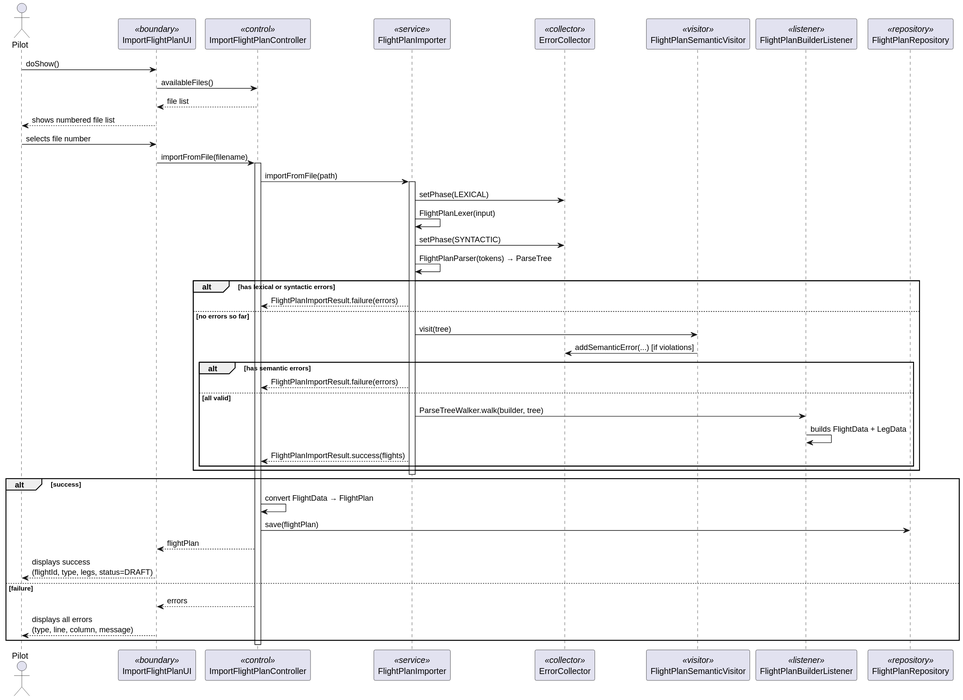
Above: docs/Sprint 3/EAPLI/US081/svg/US081-sequence-diagram.svg in DuartePinto1240/sem4pi2526-sem4pi2526_2da2 (PlantUML), before the change.
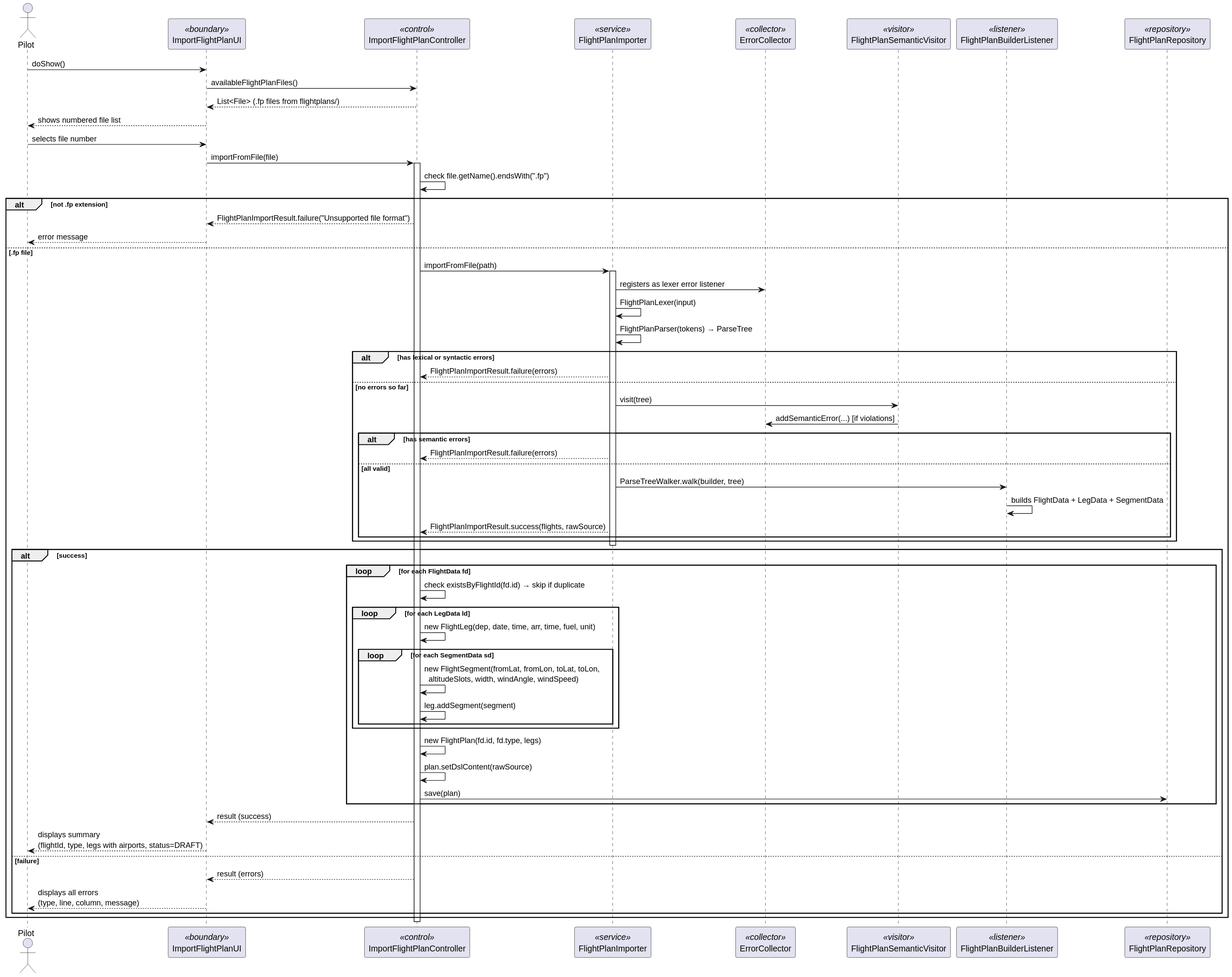
After the change.

What changed in the source:
```diff
@@ -9,47 +9,64 @@
 participant FlightPlanRepository as REPO <<repository>>
 
 Pilot -> UI : doShow()
-UI -> CTRL : availableFiles()
-CTRL --> UI : file list
+UI -> CTRL : availableFlightPlanFiles()
+CTRL --> UI : List<File> (.fp files from flightplans/)
 UI --> Pilot : shows numbered file list
 
 Pilot -> UI : selects file number
-UI -> CTRL : importFromFile(filename)
+UI -> CTRL : importFromFile(file)
 activate CTRL
-CTRL -> IMP : importFromFile(path)
-activate IMP
 
-IMP -> ERR : setPhase(LEXICAL)
-IMP -> IMP : FlightPlanLexer(input)
+CTRL -> CTRL : check file.getName().endsWith(".fp")
+alt not .fp extension
+    CTRL --> UI : FlightPlanImportResult.failure("Unsupported file format")
+    UI --> Pilot : error message
+else .fp file
+    CTRL -> IMP : importFromFile(path)
+    activate IMP
 
-IMP -> ERR : setPhase(SYNTACTIC)
-IMP -> IMP : FlightPlanParser(tokens) → ParseTree
+    IMP -> ERR : registers as lexer error listener
+    IMP -> IMP : FlightPlanLexer(input)
 
-alt has lexical or syntactic errors
-    IMP --> CTRL : FlightPlanImportResult.failure(errors)
-else no errors so far
-    IMP -> VIS : visit(tree)
-    VIS -> ERR : addSemanticError(...) [if violations]
+    IMP -> IMP : FlightPlanParser(tokens) → ParseTree
 
-    alt has semantic errors
+    alt has lexical or syntactic errors
         IMP --> CTRL : FlightPlanImportResult.failure(errors)
-    else all valid
-        IMP -> BLD : ParseTreeWalker.walk(builder, tree)
-        BLD -> BLD : builds FlightData + LegData
-        IMP --> CTRL : FlightPlanImportResult.success(flights)
+    else no errors so far
+        IMP -> VIS : visit(tree)
+        VIS -> ERR : addSemanticError(...) [if violations]
+
+        alt has semantic errors
+            IMP --> CTRL : FlightPlanImportResult.failure(errors)
+        else all valid
+            IMP -> BLD : ParseTreeWalker.walk(builder, tree)
+            BLD -> BLD : builds FlightData + LegData + SegmentData
+            IMP --> CTRL : FlightPlanImportResult.success(flights, rawSource)
+        end
     end
-end
 
-deactivate IMP
+    deactivate IMP
 
-alt success
-    CTRL -> CTRL : convert FlightData → FlightPlan
-    CTRL -> REPO : save(flightPlan)
-    CTRL --> UI : flightPlan
-    UI --> Pilot : displays success\n(flightId, type, legs, status=DRAFT)
-else failure
-    CTRL --> UI : errors
-    UI --> Pilot : displays all errors\n(type, line, column, message)
+    alt success
+        loop for each FlightData fd
+            CTRL -> CTRL : check existsByFlightId(fd.id) → skip if duplicate
+            loop for each LegData ld
+                CTRL -> CTRL : new FlightLeg(dep, date, time, arr, time, fuel, unit)
+                loop for each SegmentData sd
+                    CTRL -> CTRL : new FlightSegment(fromLat, fromLon, toLat, toLon,\n  altitudeSlots, width, windAngle, windSpeed)
+                    CTRL -> CTRL : leg.addSegment(segment)
+                end
+            end
+            CTRL -> CTRL : new FlightPlan(fd.id, fd.type, legs)
+            CTRL -> CTRL : plan.setDslContent(rawSource)
+            CTRL -> REPO : save(plan)
+        end
+        CTRL --> UI : result (success)
+        UI --> Pilot : displays summary\n(flightId, type, legs with airports, status=DRAFT)
+    else failure
+        CTRL --> UI : result (errors)
+        UI --> Pilot : displays all errors\n(type, line, column, message)
+    end
 end
 
 deactivate CTRL
```
